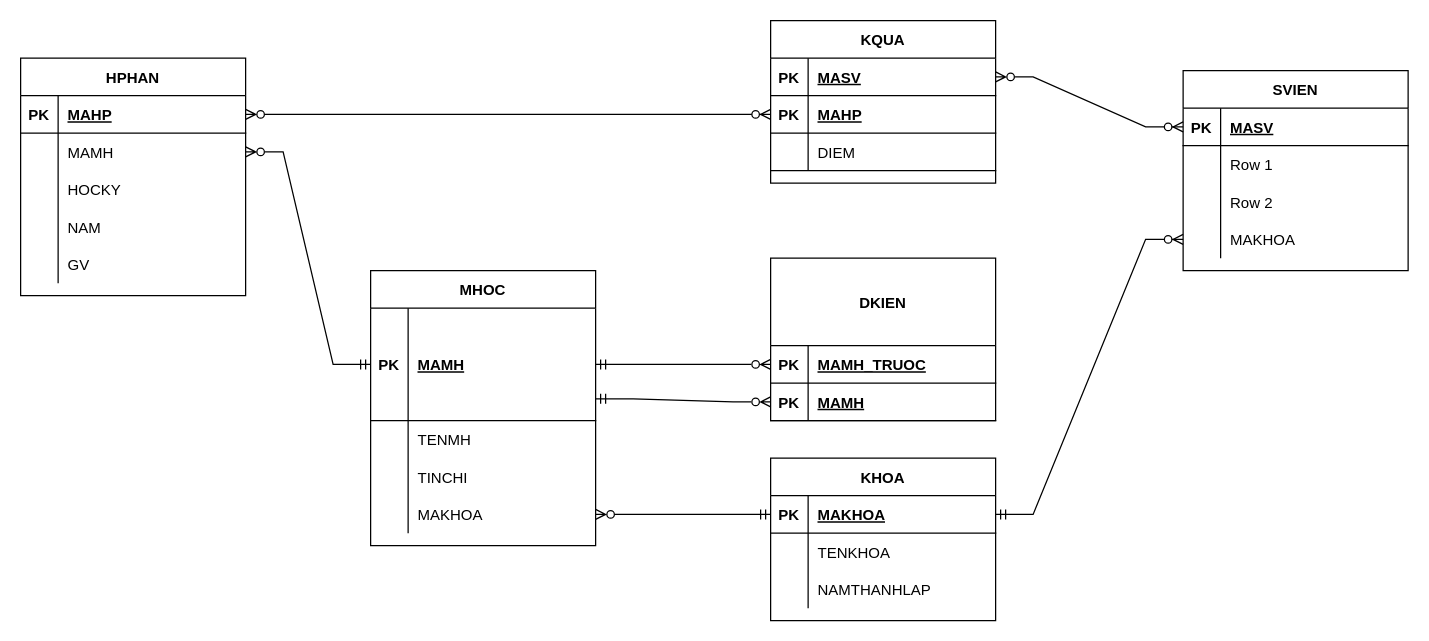
This is Quản Lý Sinh VIên/QuanLySinhVien.drawio from TaQuangKhoi/He-quan-tri-Co-so-du-lieu, a draw.io file, before an edit. Source tidied: cells renumbered, new cells numbered last; positions are measured from the earlier drawing's top-left corner, leaving out a move shared by most shapes. Both pictures are drawn from the tidied source at 125%, with x=0, y=0 at pixel (20, 20).
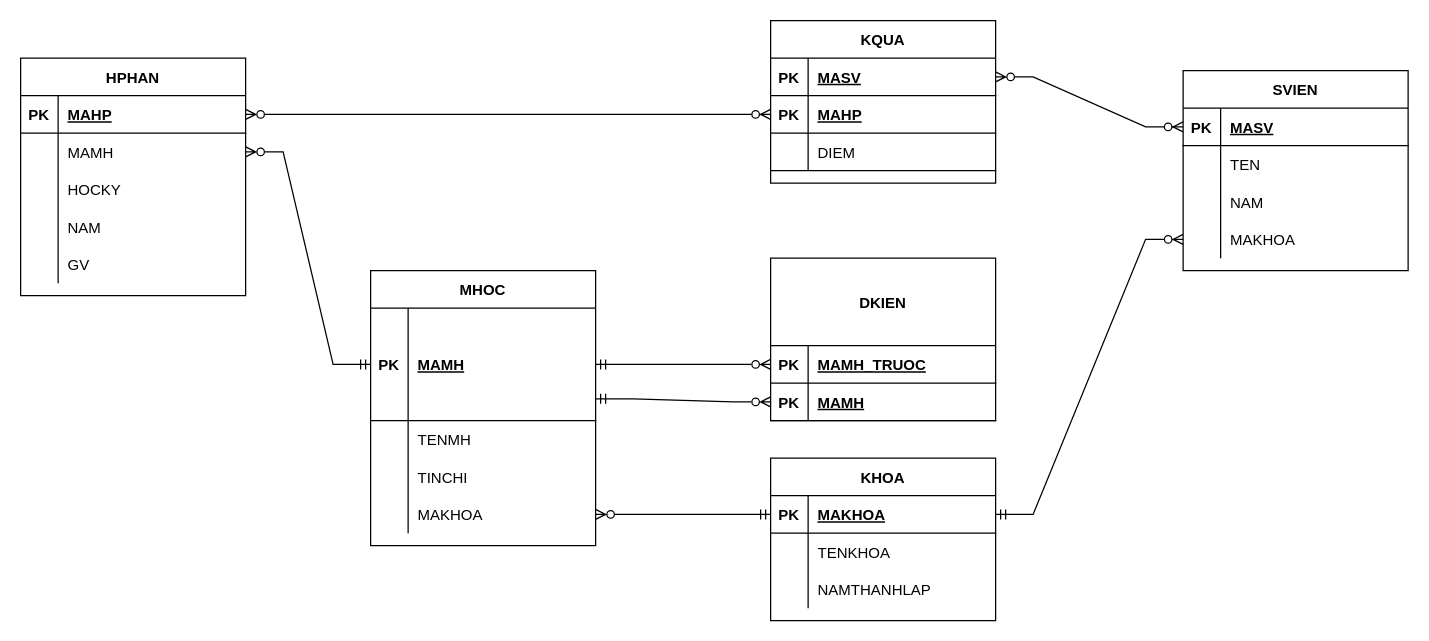
The same page after the edit.

Commit message:
Update SVIEN TABLE

The change refers to these unchanged cells:
```xml
<mxCell id="16" style="shape=tableRow;horizontal=0;startSize=0;swimlaneHead=0;swimlaneBody=0;fillColor=none;top=0;left=0;right=0;bottom=0;" parent="12" vertex="1">
  <mxGeometry y="60" width="180" height="30" as="geometry" />
</mxCell>
<mxCell id="19" style="shape=tableRow;horizontal=0;startSize=0;swimlaneHead=0;swimlaneBody=0;fillColor=none;top=0;left=0;right=0;bottom=0;" parent="12" vertex="1">
  <mxGeometry y="90" width="180" height="30" as="geometry" />
</mxCell>
```

Change to the diagram source:
```diff
@@
-    <mxCell id="18" value="Row 1" style="shape=partialRectangle;fillColor=none;top=0;left=0;bottom=0;right=0;align=left;spacingLeft=6;overflow=hidden;" parent="16" vertex="1">
+    <mxCell id="18" value="TEN" style="shape=partialRectangle;fillColor=none;top=0;left=0;bottom=0;right=0;align=left;spacingLeft=6;overflow=hidden;" parent="16" vertex="1">
       <mxGeometry x="30" width="150" height="30" as="geometry" />
     </mxCell>
@@
-    <mxCell id="21" value="Row 2" style="shape=partialRectangle;fillColor=none;top=0;left=0;bottom=0;right=0;align=left;spacingLeft=6;overflow=hidden;" parent="19" vertex="1">
+    <mxCell id="21" value="NAM" style="shape=partialRectangle;fillColor=none;top=0;left=0;bottom=0;right=0;align=left;spacingLeft=6;overflow=hidden;" parent="19" vertex="1">
       <mxGeometry x="30" width="150" height="30" as="geometry" />
     </mxCell>
```
